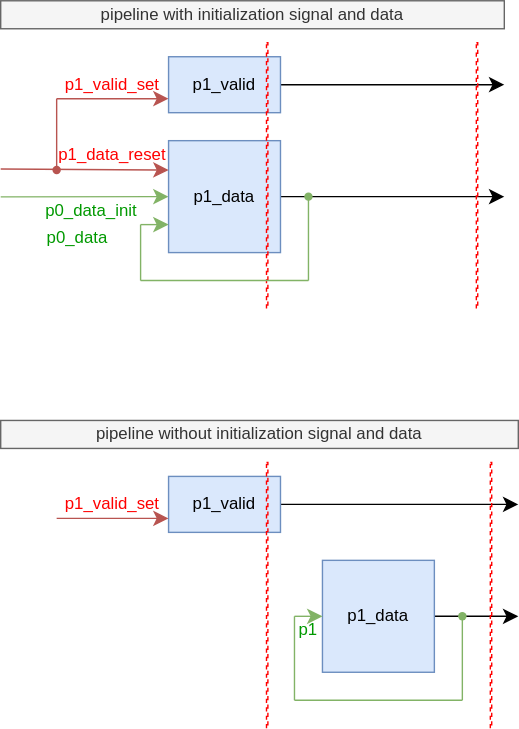
This is de/v_rule/include/pipeline_init.svg from jnjnliwenjie0022/obs, a draw.io export, as it was before one commit. Source tidied: cells renumbered, new cells last; positions are measured from the earlier drawing's top-left corner, leaving out a move shared by most shapes.
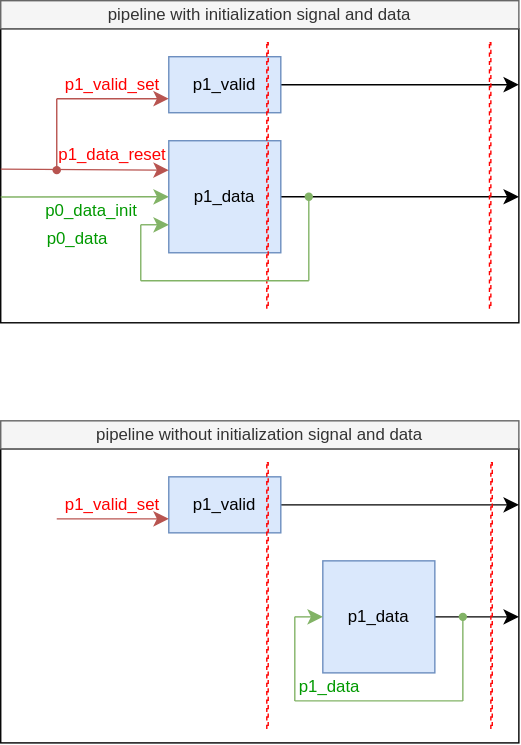
After the commit.

Commit message:
vault backup: 2025-05-04 18:14:09

The edit, as a diff of the source:
```diff
@@ -2,9 +2,15 @@
   <root>
     <mxCell id="0" />
     <mxCell id="1" parent="0" />
+    <mxCell id="38" style="whiteSpace=wrap;html=1;rotation=0;rounded=0;" parent="1" vertex="1">
+      <mxGeometry y="320" width="370" height="210" as="geometry" />
+    </mxCell>
+    <mxCell id="39" style="whiteSpace=wrap;html=1;rotation=0;rounded=0;" parent="1" vertex="1">
+      <mxGeometry y="20" width="370" height="210" as="geometry" />
+    </mxCell>
     <mxCell id="2" style="edgeStyle=none;curved=1;rounded=0;jettySize=auto;html=1;fontSize=12;startSize=8;endSize=8;" parent="1" edge="1" source="3">
       <mxGeometry relative="1" as="geometry">
-        <mxPoint x="360" y="60" as="targetPoint" />
+        <mxPoint x="370" y="60" as="targetPoint" />
       </mxGeometry>
     </mxCell>
     <mxCell id="3" value="p1_valid" style="whiteSpace=wrap;html=1;rotation=0;fillColor=#dae8fc;strokeColor=#6c8ebf;points=[[0,0],[0,0.1],[0,0.2],[0,0.3],[0,0.4],[0,0.5],[0,0.6],[0,0.7],[0,0.8],[0,0.9],[0,1],[0.1,0],[0.2,0],[0.3,0],[0.4,0],[0.5,0],[0.6,0],[0.7,0],[0.8,0],[0.9,0],[1,0],[1,0.1],[1,0.2],[1,0.3],[1,0.4],[1,0.5],[1,0.6],[1,0.7],[1,0.8],[1,0.9],[0.1,1],[0.2,1],[0.3,1],[0.4,1],[0.5,1],[0.6,1],[0.7,1],[0.8,1],[0.9,1],[1,1]];rounded=0;" parent="1" vertex="1">
@@ -12,7 +18,7 @@
     </mxCell>
     <mxCell id="4" style="edgeStyle=none;curved=1;rounded=0;jettySize=auto;html=1;fontSize=12;startSize=8;endSize=8;" parent="1" edge="1" source="6">
       <mxGeometry relative="1" as="geometry">
-        <mxPoint x="360" y="140" as="targetPoint" />
+        <mxPoint x="370" y="140" as="targetPoint" />
       </mxGeometry>
     </mxCell>
     <mxCell id="5" style="edgeStyle=none;curved=1;rounded=0;jettySize=auto;html=1;exitX=0;exitY=0.5;exitDx=0;exitDy=0;fontSize=12;startSize=8;endSize=8;entryX=0;entryY=0.5;entryDx=0;entryDy=0;fillColor=#d5e8d4;strokeColor=#82b366;" parent="1" edge="1" target="6">
@@ -79,13 +85,13 @@
       <mxGeometry x="40" y="350" width="80" height="20" as="geometry" />
     </mxCell>
     <mxCell id="21" value="pipeline with initialization signal and data" style="whiteSpace=wrap;html=1;rotation=0;rounded=0;fillColor=#f5f5f5;fontColor=#333333;strokeColor=#666666;" parent="1" vertex="1">
-      <mxGeometry width="360" height="20" as="geometry" />
+      <mxGeometry width="370" height="20" as="geometry" />
     </mxCell>
     <mxCell id="22" value="pipeline without initialization signal and data" style="whiteSpace=wrap;html=1;rotation=0;rounded=0;fillColor=#f5f5f5;fontColor=#333333;strokeColor=#666666;" parent="1" vertex="1">
       <mxGeometry y="300" width="370" height="20" as="geometry" />
     </mxCell>
     <mxCell id="23" style="whiteSpace=wrap;html=1;rotation=0;rounded=0;dashed=1;fillColor=none;strokeColor=#FF0000;" parent="1" vertex="1">
-      <mxGeometry x="340" y="30" width="1" height="190" as="geometry" />
+      <mxGeometry x="349" y="30" width="1" height="190" as="geometry" />
     </mxCell>
     <mxCell id="24" style="whiteSpace=wrap;html=1;rotation=0;rounded=0;dashed=1;fillColor=none;strokeColor=#FF0000;" parent="1" vertex="1">
       <mxGeometry x="350" y="330" width="1" height="190" as="geometry" />
@@ -144,11 +150,11 @@
     <mxCell id="35" value="&lt;font color=&quot;#009900&quot;&gt;p0_data_init&lt;/font&gt;" style="whiteSpace=wrap;html=1;rotation=0;rounded=0;strokeColor=none;fillColor=none;" parent="1" vertex="1">
       <mxGeometry x="30" y="140" width="70" height="20" as="geometry" />
     </mxCell>
-    <mxCell id="36" value="&lt;font color=&quot;#009900&quot;&gt;p1&lt;/font&gt;" style="whiteSpace=wrap;html=1;rotation=0;rounded=0;strokeColor=none;fillColor=none;" parent="1" vertex="1">
-      <mxGeometry x="210" y="440" width="20" height="20" as="geometry" />
-    </mxCell>
     <mxCell id="37" value="&lt;font color=&quot;#009900&quot;&gt;p0_data&lt;/font&gt;" style="whiteSpace=wrap;html=1;rotation=0;rounded=0;strokeColor=none;fillColor=none;" parent="1" vertex="1">
       <mxGeometry x="30" y="160" width="50" height="20" as="geometry" />
     </mxCell>
+    <mxCell id="40" value="&lt;font color=&quot;#009900&quot;&gt;p1_data&lt;/font&gt;" style="whiteSpace=wrap;html=1;rotation=0;rounded=0;strokeColor=none;fillColor=none;" parent="1" vertex="1">
+      <mxGeometry x="210" y="480" width="50" height="20" as="geometry" />
+    </mxCell>
   </root>
 </mxGraphModel>
```
